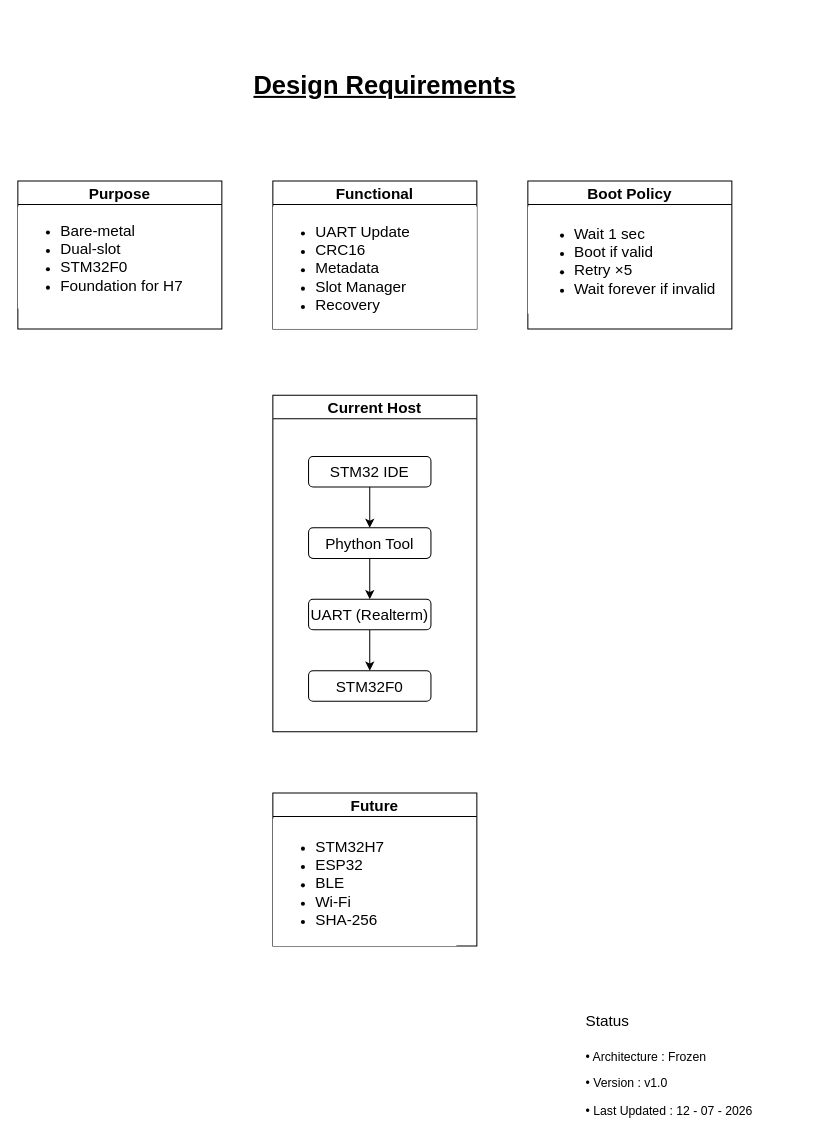
Earlier version of the draw.io diagram page "00 – Design Requirements" (1 of 9) of Bootloader/17_HexBoot_F0_Failsafe_Dualslot_IAP/docs/HEXBOOT_F0_Architecture.drawio (brajogopal/stm32-baremetal-drivers). Source tidied: cells renumbered, new cells numbered last; positions are measured from the earlier drawing's top-left corner, leaving out a move shared by most shapes. Both pictures are drawn from the tidied source at 102%, with x=0, y=0 at pixel (17, 17).
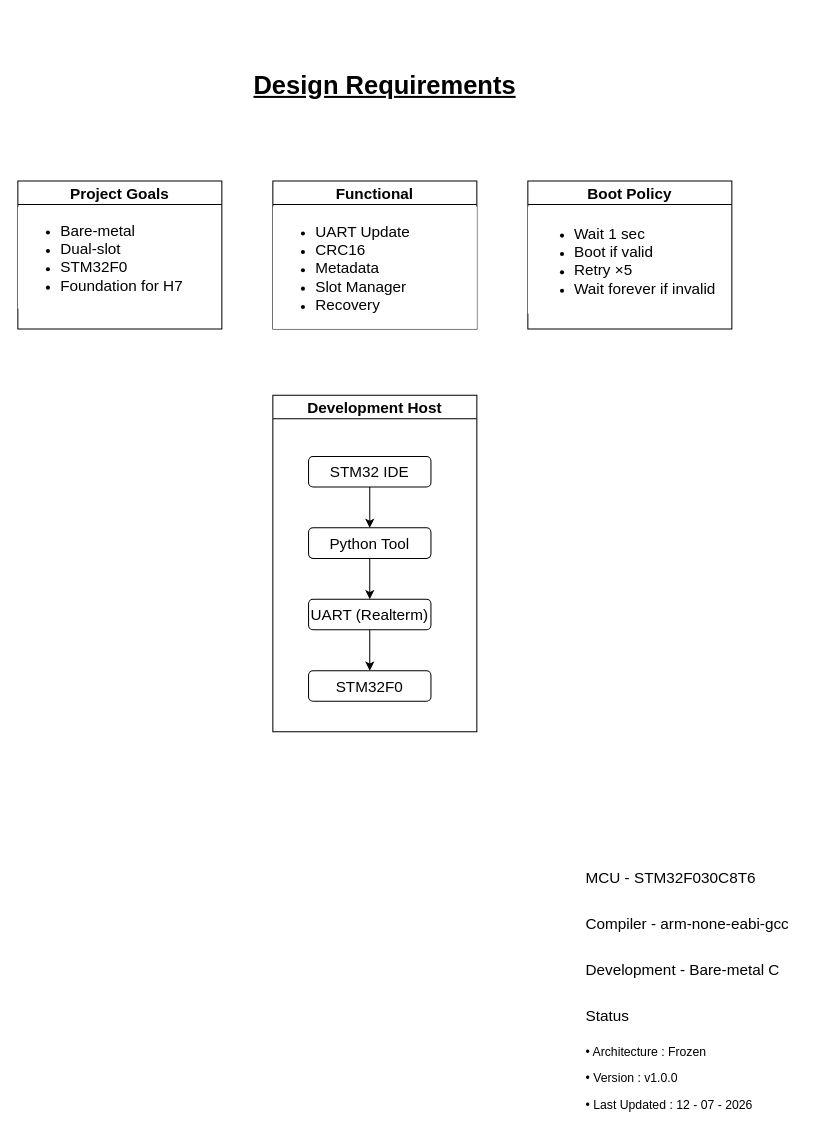
After the change.

Change to the diagram source:
```diff
@@
 <mxGraphModel>
   <root>
     <mxCell id="0" />
     <mxCell id="1" parent="0" />
     <mxCell id="2" value="&lt;font style=&quot;font-size: 25px;&quot;&gt;&lt;b&gt;&lt;u&gt;Design Requirements&lt;/u&gt;&lt;/b&gt;&lt;/font&gt;" style="text;html=1;whiteSpace=wrap;strokeColor=none;fillColor=none;align=center;verticalAlign=middle;rounded=0;" parent="1" vertex="1">
       <mxGeometry x="15" width="690" height="130" as="geometry" />
     </mxCell>
-    <mxCell id="3" value="&lt;font style=&quot;font-size: 15px;&quot;&gt;Purpose&lt;/font&gt;" style="swimlane;whiteSpace=wrap;html=1;fillColor=#FFFFFF;" parent="1" vertex="1">
+    <mxCell id="3" value="&lt;font style=&quot;font-size: 15px;&quot;&gt;Project Goals&lt;/font&gt;" style="swimlane;whiteSpace=wrap;html=1;fillColor=#FFFFFF;" parent="1" vertex="1">
       <mxGeometry y="160" width="200" height="145" as="geometry" />
     </mxCell>
     <mxCell id="4" value="&lt;ul&gt;&lt;li&gt;&lt;span style=&quot;font-size: 15px; background-color: transparent; color: light-dark(rgb(0, 0, 0), rgb(255, 255, 255));&quot;&gt;Bare-metal&lt;/span&gt;&lt;/li&gt;&lt;li&gt;&lt;span style=&quot;font-size: 15px; background-color: transparent; color: light-dark(rgb(0, 0, 0), rgb(255, 255, 255));&quot;&gt;Dual-slot&lt;/span&gt;&lt;/li&gt;&lt;li&gt;&lt;span style=&quot;font-size: 15px; background-color: transparent; color: light-dark(rgb(0, 0, 0), rgb(255, 255, 255));&quot;&gt;STM32F0&lt;/span&gt;&lt;/li&gt;&lt;li&gt;&lt;span style=&quot;font-size: 15px; background-color: transparent; color: light-dark(rgb(0, 0, 0), rgb(255, 255, 255));&quot;&gt;Foundation for H7&lt;/span&gt;&lt;/li&gt;&lt;/ul&gt;" style="text;html=1;whiteSpace=wrap;strokeColor=none;fillColor=default;align=left;verticalAlign=middle;rounded=0;" parent="3" vertex="1">
       <mxGeometry y="25" width="180" height="100" as="geometry" />
     </mxCell>
     <mxCell id="5" value="&lt;font style=&quot;font-size: 15px;&quot;&gt;Functional&lt;/font&gt;" style="swimlane;whiteSpace=wrap;html=1;" parent="1" vertex="1">
       <mxGeometry x="250" y="160" width="200" height="145" as="geometry" />
     </mxCell>
     <mxCell id="6" value="&lt;ul&gt;&lt;li&gt;&lt;font style=&quot;font-size: 15px;&quot;&gt;UART Update&lt;/font&gt;&lt;/li&gt;&lt;li&gt;&lt;font style=&quot;font-size: 15px;&quot;&gt;CRC16&lt;/font&gt;&lt;/li&gt;&lt;li&gt;&lt;font style=&quot;font-size: 15px;&quot;&gt;Metadata&lt;/font&gt;&lt;/li&gt;&lt;li&gt;&lt;font style=&quot;font-size: 15px;&quot;&gt;Slot Manager&lt;/font&gt;&lt;/li&gt;&lt;li&gt;&lt;font style=&quot;font-size: 15px;&quot;&gt;Recovery&lt;/font&gt;&lt;/li&gt;&lt;/ul&gt;" style="text;html=1;whiteSpace=wrap;strokeColor=none;fillColor=default;align=left;verticalAlign=middle;rounded=0;textShadow=0;" parent="1" vertex="1">
       <mxGeometry x="250" y="185" width="200" height="120" as="geometry" />
     </mxCell>
     <mxCell id="7" value="&lt;font style=&quot;font-size: 15px;&quot;&gt; Boot Policy&lt;/font&gt;" style="swimlane;whiteSpace=wrap;html=1;" parent="1" vertex="1">
       <mxGeometry x="500" y="160" width="200" height="145" as="geometry" />
     </mxCell>
     <mxCell id="8" value="&lt;ul&gt;&lt;li style=&quot;text-align: left;&quot;&gt;&lt;font style=&quot;font-size: 15px;&quot;&gt;Wait 1 sec&lt;/font&gt;&lt;/li&gt;&lt;li style=&quot;text-align: left;&quot;&gt;&lt;font style=&quot;font-size: 15px;&quot;&gt;Boot if valid&lt;/font&gt;&lt;/li&gt;&lt;li style=&quot;text-align: left;&quot;&gt;&lt;font style=&quot;font-size: 15px;&quot;&gt;Retry ×5&lt;/font&gt;&lt;/li&gt;&lt;li&gt;&lt;font style=&quot;font-size: 15px;&quot;&gt;Wait forever if invalid&lt;br&gt;&lt;/font&gt;&lt;/li&gt;&lt;/ul&gt;" style="text;html=1;whiteSpace=wrap;strokeColor=none;fillColor=default;align=center;verticalAlign=middle;rounded=0;labelPosition=center;verticalLabelPosition=middle;" parent="7" vertex="1">
       <mxGeometry y="25" width="190" height="105" as="geometry" />
     </mxCell>
-    <mxCell id="9" value="&lt;font style=&quot;font-size: 15px;&quot;&gt; Current Host&lt;/font&gt;" style="swimlane;whiteSpace=wrap;html=1;fillColor=#FFFFFF;" parent="1" vertex="1">
+    <mxCell id="9" value="&lt;font style=&quot;font-size: 15px;&quot;&gt; Development Host&lt;/font&gt;" style="swimlane;whiteSpace=wrap;html=1;fillColor=#FFFFFF;" parent="1" vertex="1">
       <mxGeometry x="250" y="370" width="200" height="330" as="geometry" />
     </mxCell>
     <mxCell id="10" style="edgeStyle=orthogonalEdgeStyle;rounded=0;jettySize=auto;html=1;exitX=0.5;exitY=1;exitDx=0;exitDy=0;entryX=0.5;entryY=0;entryDx=0;entryDy=0;" parent="9" edge="1" source="11" target="13">
       <mxGeometry relative="1" as="geometry" />
     </mxCell>
-    <mxCell id="11" value="&lt;font style=&quot;font-size: 15px;&quot;&gt;Phython Tool&lt;/font&gt;" style="rounded=1;whiteSpace=wrap;html=1;" parent="9" vertex="1">
+    <mxCell id="11" value="&lt;font style=&quot;font-size: 15px;&quot;&gt;Python Tool&lt;/font&gt;" style="rounded=1;whiteSpace=wrap;html=1;" parent="9" vertex="1">
       <mxGeometry x="35" y="130" width="120" height="30" as="geometry" />
     </mxCell>
     <mxCell id="12" style="edgeStyle=orthogonalEdgeStyle;rounded=0;jettySize=auto;html=1;exitX=0.5;exitY=1;exitDx=0;exitDy=0;entryX=0.5;entryY=0;entryDx=0;entryDy=0;" parent="9" edge="1" source="13" target="14">
       <mxGeometry relative="1" as="geometry" />
     </mxCell>
     <mxCell id="13" value="&lt;font style=&quot;font-size: 15px;&quot;&gt;UART (Realterm)&lt;/font&gt;" style="rounded=1;whiteSpace=wrap;html=1;" parent="9" vertex="1">
       <mxGeometry x="35" y="200" width="120" height="30" as="geometry" />
     </mxCell>
     <mxCell id="14" value="&lt;font style=&quot;font-size: 15px;&quot;&gt;STM32F0&lt;/font&gt;" style="rounded=1;whiteSpace=wrap;html=1;" parent="9" vertex="1">
       <mxGeometry x="35" y="270" width="120" height="30" as="geometry" />
     </mxCell>
     <mxCell id="15" style="edgeStyle=orthogonalEdgeStyle;rounded=0;jettySize=auto;html=1;exitX=0.5;exitY=1;exitDx=0;exitDy=0;entryX=0.5;entryY=0;entryDx=0;entryDy=0;" parent="9" edge="1" source="16" target="11">
       <mxGeometry relative="1" as="geometry" />
     </mxCell>
     <mxCell id="16" value="&lt;font style=&quot;font-size: 15px;&quot;&gt;STM32 IDE&lt;/font&gt;" style="rounded=1;whiteSpace=wrap;html=1;" parent="9" vertex="1">
       <mxGeometry x="35" y="60" width="120" height="30" as="geometry" />
     </mxCell>
-    <mxCell id="17" value="&lt;font style=&quot;font-size: 15px;&quot;&gt; Future &lt;/font&gt;" style="swimlane;whiteSpace=wrap;html=1;fillColor=#FFFFFF;" parent="1" vertex="1">
-      <mxGeometry x="250" y="760" width="200" height="150" as="geometry" />
-    </mxCell>
-    <mxCell id="18" value="&lt;div style=&quot;&quot;&gt;&lt;ul&gt;&lt;li&gt;&lt;span style=&quot;color: light-dark(rgb(0, 0, 0), rgb(255, 255, 255)); background-color: light-dark(#ffffff, var(--ge-dark-color, #121212));&quot;&gt;&lt;font style=&quot;font-size: 15px;&quot;&gt;STM32H7&lt;/font&gt;&lt;/span&gt;&lt;/li&gt;&lt;li&gt;&lt;font style=&quot;font-size: 15px; background-color: light-dark(#ffffff, var(--ge-dark-color, #121212));&quot;&gt;ESP32 &lt;/font&gt;&lt;/li&gt;&lt;li&gt;&lt;font style=&quot;font-size: 15px; background-color: light-dark(#ffffff, var(--ge-dark-color, #121212));&quot;&gt;BLE &lt;/font&gt;&lt;/li&gt;&lt;li&gt;&lt;font style=&quot;font-size: 15px; background-color: light-dark(#ffffff, var(--ge-dark-color, #121212));&quot;&gt;Wi-Fi &lt;/font&gt;&lt;/li&gt;&lt;li&gt;&lt;font style=&quot;font-size: 15px; background-color: light-dark(#ffffff, var(--ge-dark-color, #121212));&quot;&gt;SHA-256&lt;/font&gt;&lt;/li&gt;&lt;/ul&gt;&lt;/div&gt;" style="text;html=1;whiteSpace=wrap;align=left;verticalAlign=middle;rounded=0;fillColor=default;" parent="17" vertex="1">
-      <mxGeometry y="25" width="180" height="125" as="geometry" />
-    </mxCell>
-    <mxCell id="19" value="&lt;h1 style=&quot;margin-top: 0px;&quot;&gt;&lt;span style=&quot;font-weight: 400;&quot;&gt;&lt;font style=&quot;font-size: 15px;&quot;&gt;Status&lt;/font&gt;&lt;/span&gt;&lt;/h1&gt;&lt;p&gt;• Architecture : Frozen&lt;/p&gt;&lt;p&gt;• Version : v1.0&lt;/p&gt;&lt;p&gt;• Last Updated : 12 - 07 - 2026&lt;/p&gt;" style="text;html=1;whiteSpace=wrap;overflow=hidden;rounded=0;" parent="1" vertex="1">
-      <mxGeometry x="555" y="960" width="210" height="120" as="geometry" />
+    <mxCell id="19" value="&lt;h1 style=&quot;margin-top: 0px;&quot;&gt;&lt;span style=&quot;font-size: 15px; font-weight: 400;&quot;&gt;MCU -&amp;nbsp;&lt;/span&gt;&lt;span style=&quot;font-size: 15px; font-weight: 400; background-color: transparent; color: light-dark(rgb(0, 0, 0), rgb(255, 255, 255));&quot;&gt;STM32F030C8T6&lt;/span&gt;&lt;/h1&gt;&lt;h1 style=&quot;margin-top: 0px;&quot;&gt;&lt;span style=&quot;font-size: 15px; font-weight: 400;&quot;&gt;Compiler -&amp;nbsp;&lt;/span&gt;&lt;span style=&quot;font-size: 15px; font-weight: 400; background-color: transparent; color: light-dark(rgb(0, 0, 0), rgb(255, 255, 255));&quot;&gt;arm-none-eabi-gcc&lt;/span&gt;&lt;/h1&gt;&lt;h1 style=&quot;margin-top: 0px;&quot;&gt;&lt;span style=&quot;font-size: 15px; font-weight: 400;&quot;&gt;Development -&amp;nbsp;&lt;/span&gt;&lt;span style=&quot;font-size: 15px; font-weight: 400; background-color: transparent; color: light-dark(rgb(0, 0, 0), rgb(255, 255, 255));&quot;&gt;Bare-metal C&lt;/span&gt;&lt;/h1&gt;&lt;h1 style=&quot;margin-top: 0px;&quot;&gt;&lt;span style=&quot;font-weight: 400;&quot;&gt;&lt;font style=&quot;font-size: 15px;&quot;&gt;Status&lt;/font&gt;&lt;/span&gt;&lt;/h1&gt;&lt;p&gt;• Architecture : Frozen&lt;/p&gt;&lt;p&gt;• Version : v1.0.0&lt;/p&gt;&lt;p&gt;• Last Updated : 12 - 07 - 2026&lt;/p&gt;" style="text;html=1;whiteSpace=wrap;overflow=hidden;rounded=0;" parent="1" vertex="1">
+      <mxGeometry x="555" y="820" width="210" height="260" as="geometry" />
     </mxCell>
   </root>
 </mxGraphModel>
```
